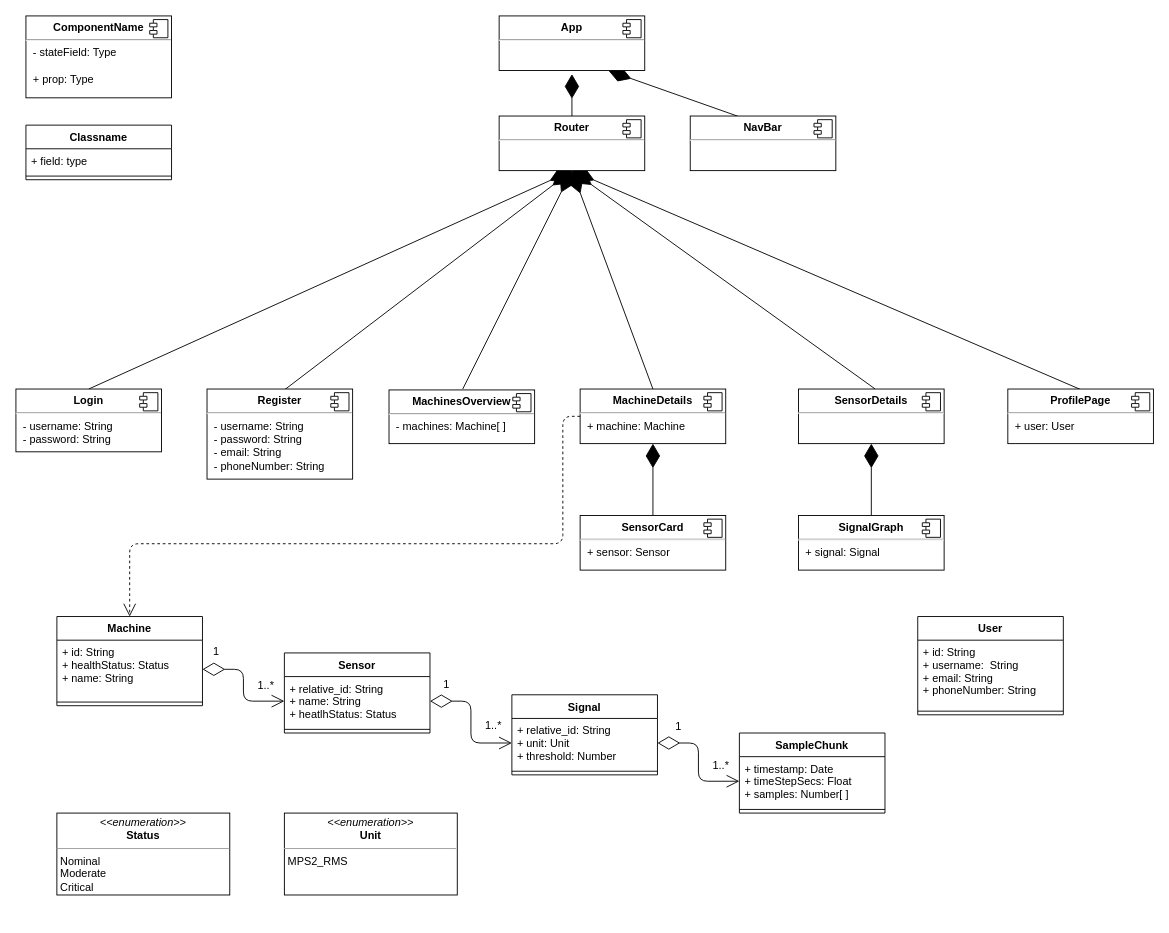
This is ConceptDiagrams/ClassDiagramFrontend.drawio from se761group2/industry-4, a draw.io file, before an edit. Source tidied: cells renumbered, new cells numbered last; positions are measured from the earlier drawing's top-left corner, leaving out a move shared by most shapes. Both pictures are drawn from the tidied source at 91%, with x=0, y=0 at pixel (15, 15).
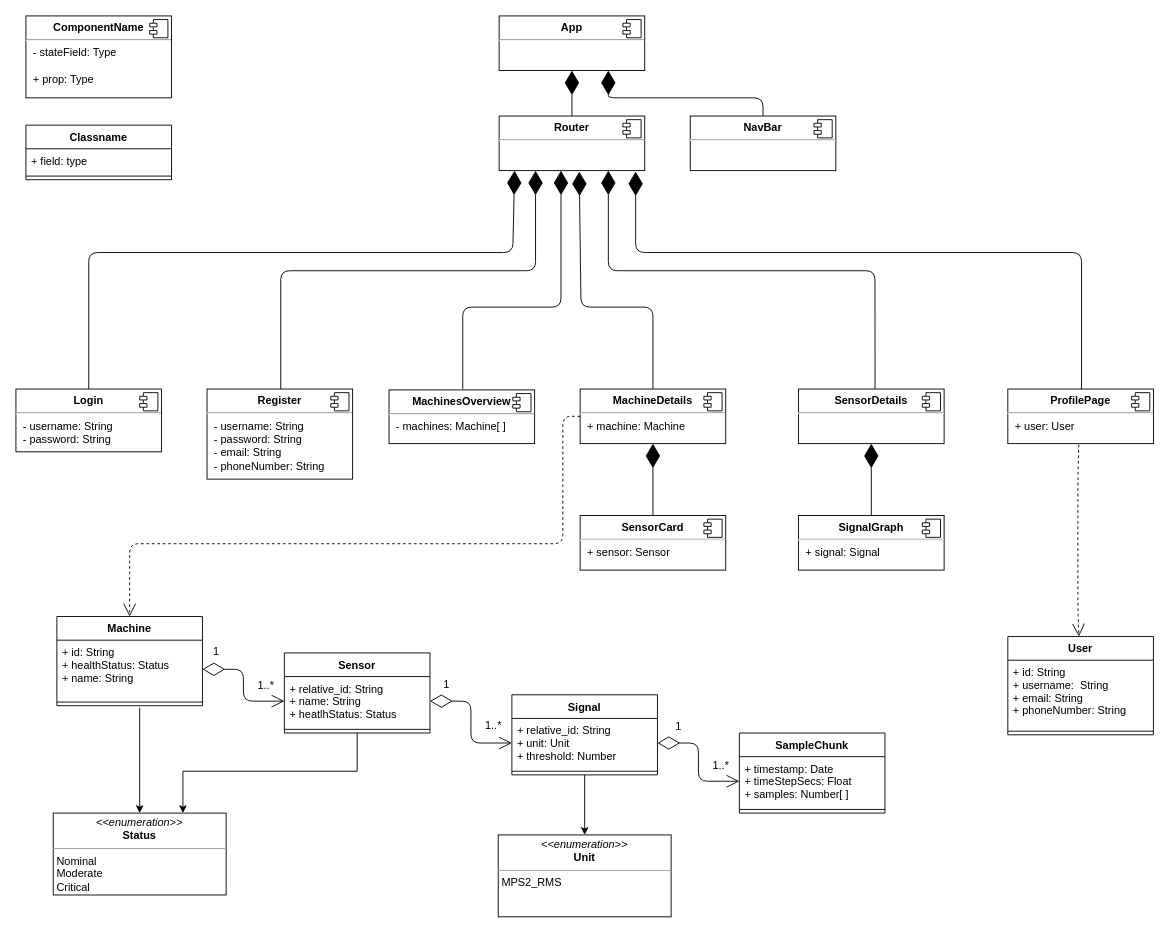
After the change.

Unchanged cells that the change refers to:
```xml
<mxCell id="12" value="&lt;p style=&quot;margin: 0px ; margin-top: 6px ; text-align: center&quot;&gt;&lt;b&gt;Login&lt;/b&gt;&lt;/p&gt;&lt;hr&gt;&lt;p style=&quot;margin: 0px ; margin-left: 8px&quot;&gt;- username: String&lt;/p&gt;&lt;p style=&quot;margin: 0px ; margin-left: 8px&quot;&gt;- password: String&lt;/p&gt;" style="align=left;overflow=fill;html=1;" parent="1" vertex="1">
  <mxGeometry y="410" width="160" height="69" as="geometry" />
</mxCell>
<mxCell id="22" value="&lt;p style=&quot;margin: 0px ; margin-top: 6px ; text-align: center&quot;&gt;&lt;b&gt;MachineDetails&lt;/b&gt;&lt;/p&gt;&lt;hr&gt;&lt;p style=&quot;margin: 0px ; margin-left: 8px&quot;&gt;+ machine: Machine&lt;/p&gt;" style="align=left;overflow=fill;html=1;" parent="1" vertex="1">
  <mxGeometry x="620" y="410" width="160" height="60" as="geometry" />
</mxCell>
<mxCell id="28" value="&lt;p style=&quot;margin: 0px ; margin-top: 6px ; text-align: center&quot;&gt;&lt;b&gt;Router&lt;/b&gt;&lt;/p&gt;&lt;hr&gt;&lt;p style=&quot;margin: 0px ; margin-left: 8px&quot;&gt;&lt;br&gt;&lt;/p&gt;" style="align=left;overflow=fill;html=1;" parent="1" vertex="1">
  <mxGeometry x="531" y="110" width="160" height="60" as="geometry" />
</mxCell>
<mxCell id="30" value="&lt;p style=&quot;margin: 0px ; margin-top: 6px ; text-align: center&quot;&gt;&lt;b&gt;App&lt;/b&gt;&lt;/p&gt;&lt;hr&gt;&lt;p style=&quot;margin: 0px ; margin-left: 8px&quot;&gt;&lt;br&gt;&lt;/p&gt;" style="align=left;overflow=fill;html=1;" parent="1" vertex="1">
  <mxGeometry x="531" width="160" height="60" as="geometry" />
</mxCell>
<mxCell id="47" value="Machine" style="swimlane;fontStyle=1;align=center;verticalAlign=top;horizontal=1;startSize=26;" parent="1" vertex="1">
  <mxGeometry x="45" y="660" width="160" height="98" as="geometry" />
</mxCell>
<mxCell id="50" value="Sensor" style="swimlane;fontStyle=1;align=center;verticalAlign=top;horizontal=1;startSize=26;" parent="1" vertex="1">
  <mxGeometry x="295" y="700" width="160" height="88" as="geometry" />
</mxCell>
<mxCell id="53" value="Signal" style="swimlane;fontStyle=1;align=center;verticalAlign=top;horizontal=1;startSize=26;" parent="1" vertex="1">
  <mxGeometry x="545" y="746" width="160" height="88" as="geometry" />
</mxCell>
```

What changed in the source:
```diff
@@
-    <mxCell id="2" style="endArrow=diamondThin;endFill=1;endSize=24;html=1;exitX=0.5;exitY=0;exitDx=0;exitDy=0;" parent="1" edge="1" source="28">
-      <mxGeometry relative="1" as="geometry">
-        <mxPoint x="611" y="64" as="targetPoint" />
-      </mxGeometry>
+    <mxCell id="2" style="endArrow=diamondThin;endFill=1;endSize=24;html=1;exitX=0.5;exitY=0;exitDx=0;exitDy=0;entryX=0.5;entryY=1;entryDx=0;entryDy=0;" parent="1" edge="1" source="28" target="30">
+      <mxGeometry relative="1" as="geometry" />
     </mxCell>
-    <mxCell id="3" style="endArrow=diamondThin;endFill=1;endSize=24;html=1;entryX=0.5;entryY=1;entryDx=0;entryDy=0;" parent="1" edge="1" target="28">
+    <mxCell id="3" style="endArrow=diamondThin;endFill=1;endSize=24;html=1;entryX=0.425;entryY=1;entryDx=0;entryDy=0;entryPerimeter=0;" parent="1" edge="1" target="28">
       <mxGeometry relative="1" as="geometry">
         <mxPoint x="491" y="410" as="sourcePoint" />
+        <Array as="points">
+          <mxPoint x="491" y="320" />
+          <mxPoint x="599" y="320" />
+        </Array>
       </mxGeometry>
     </mxCell>
-    <mxCell id="4" style="endArrow=diamondThin;endFill=1;endSize=24;html=1;exitX=0.5;exitY=0;exitDx=0;exitDy=0;entryX=0.5;entryY=1;entryDx=0;entryDy=0;" parent="1" edge="1" source="12" target="28">
-      <mxGeometry relative="1" as="geometry" />
+    <mxCell id="4" style="endArrow=diamondThin;endFill=1;endSize=24;html=1;exitX=0.5;exitY=0;exitDx=0;exitDy=0;entryX=0.106;entryY=1;entryDx=0;entryDy=0;entryPerimeter=0;" parent="1" edge="1" source="12" target="28">
+      <mxGeometry relative="1" as="geometry">
+        <Array as="points">
+          <mxPoint x="80" y="260" />
+          <mxPoint x="546" y="260" />
+        </Array>
+      </mxGeometry>
     </mxCell>
-    <mxCell id="5" style="endArrow=diamondThin;endFill=1;endSize=24;html=1;exitX=0.5;exitY=0;exitDx=0;exitDy=0;entryX=0.5;entryY=1;entryDx=0;entryDy=0;" parent="1" edge="1" target="28">
+    <mxCell id="5" style="endArrow=diamondThin;endFill=1;endSize=24;html=1;entryX=0.25;entryY=1;entryDx=0;entryDy=0;" parent="1" edge="1" target="28">
       <mxGeometry relative="1" as="geometry">
-        <mxPoint x="295" y="411" as="sourcePoint" />
+        <mxPoint x="291" y="411" as="sourcePoint" />
+        <Array as="points">
+          <mxPoint x="291" y="280" />
+          <mxPoint x="571" y="280" />
+        </Array>
       </mxGeometry>
     </mxCell>
-    <mxCell id="6" style="endArrow=diamondThin;endFill=1;endSize=24;html=1;exitX=0.5;exitY=0;exitDx=0;exitDy=0;entryX=0.5;entryY=1;entryDx=0;entryDy=0;" parent="1" edge="1" source="22" target="28">
-      <mxGeometry relative="1" as="geometry" />
+    <mxCell id="6" style="endArrow=diamondThin;endFill=1;endSize=24;html=1;exitX=0.5;exitY=0;exitDx=0;exitDy=0;entryX=0.55;entryY=1.017;entryDx=0;entryDy=0;entryPerimeter=0;" parent="1" edge="1" source="22" target="28">
+      <mxGeometry relative="1" as="geometry">
+        <Array as="points">
+          <mxPoint x="700" y="320" />
+          <mxPoint x="621" y="320" />
+        </Array>
+      </mxGeometry>
     </mxCell>
@@
-    <mxCell id="8" style="endArrow=diamondThin;endFill=1;endSize=24;html=1;exitX=0.457;exitY=-0.019;exitDx=0;exitDy=0;exitPerimeter=0;entryX=0.5;entryY=1;entryDx=0;entryDy=0;" parent="1" edge="1" target="28">
+    <mxCell id="8" style="endArrow=diamondThin;endFill=1;endSize=24;html=1;exitX=0.457;exitY=-0.019;exitDx=0;exitDy=0;exitPerimeter=0;entryX=0.75;entryY=1;entryDx=0;entryDy=0;" parent="1" edge="1" target="28">
       <mxGeometry relative="1" as="geometry">
         <mxPoint x="944.1" y="409.9" as="sourcePoint" />
+        <Array as="points">
+          <mxPoint x="944" y="280" />
+          <mxPoint x="651" y="280" />
+        </Array>
       </mxGeometry>
     </mxCell>
     <mxCell id="9" style="endArrow=diamondThin;endFill=1;endSize=24;html=1;exitX=0.5;exitY=0;exitDx=0;exitDy=0;entryX=0.75;entryY=1;entryDx=0;entryDy=0;" parent="1" edge="1" target="30">
       <mxGeometry relative="1" as="geometry">
         <mxPoint x="821" y="120" as="sourcePoint" />
+        <Array as="points">
+          <mxPoint x="821" y="90" />
+          <mxPoint x="651" y="90" />
+        </Array>
       </mxGeometry>
     </mxCell>
-    <mxCell id="10" style="endArrow=diamondThin;endFill=1;endSize=24;html=1;exitX=0.5;exitY=0;exitDx=0;exitDy=0;entryX=0.5;entryY=1;entryDx=0;entryDy=0;" parent="1" edge="1" target="28">
+    <mxCell id="10" style="endArrow=diamondThin;endFill=1;endSize=24;html=1;exitX=0.5;exitY=0;exitDx=0;exitDy=0;" parent="1" edge="1">
       <mxGeometry relative="1" as="geometry">
         <mxPoint x="1171" y="411" as="sourcePoint" />
+        <mxPoint x="681" y="171" as="targetPoint" />
+        <Array as="points">
+          <mxPoint x="1171" y="260" />
+          <mxPoint x="681" y="260" />
+        </Array>
       </mxGeometry>
     </mxCell>
@@
     <mxCell id="42" value="&lt;p style=&quot;margin: 0px ; margin-top: 4px ; text-align: center&quot;&gt;&lt;i&gt;&amp;lt;&amp;lt;enumeration&amp;gt;&amp;gt;&lt;/i&gt;&lt;br&gt;&lt;b&gt;Status&lt;/b&gt;&lt;/p&gt;&lt;hr size=&quot;1&quot;&gt;&lt;p style=&quot;margin: 0px ; margin-left: 4px&quot;&gt;Nominal&lt;/p&gt;&lt;p style=&quot;margin: 0px ; margin-left: 4px&quot;&gt;Moderate&lt;/p&gt;&lt;p style=&quot;margin: 0px ; margin-left: 4px&quot;&gt;Critical&lt;/p&gt;&lt;p style=&quot;margin: 0px ; margin-left: 4px&quot;&gt;&lt;br&gt;&lt;/p&gt;" style="verticalAlign=top;align=left;overflow=fill;fontSize=12;fontFamily=Helvetica;html=1;" parent="1" vertex="1">
-      <mxGeometry x="45" y="876" width="190" height="90" as="geometry" />
+      <mxGeometry x="41" y="876" width="190" height="90" as="geometry" />
     </mxCell>
     <mxCell id="43" value="&lt;p style=&quot;margin: 0px ; margin-top: 4px ; text-align: center&quot;&gt;&lt;i&gt;&amp;lt;&amp;lt;enumeration&amp;gt;&amp;gt;&lt;/i&gt;&lt;br&gt;&lt;b&gt;Unit&lt;/b&gt;&lt;/p&gt;&lt;hr size=&quot;1&quot;&gt;&lt;p style=&quot;margin: 0px ; margin-left: 4px&quot;&gt;MPS2_RMS&lt;/p&gt;" style="verticalAlign=top;align=left;overflow=fill;fontSize=12;fontFamily=Helvetica;html=1;" parent="1" vertex="1">
-      <mxGeometry x="295" y="876" width="190" height="90" as="geometry" />
+      <mxGeometry x="530" y="900" width="190" height="90" as="geometry" />
     </mxCell>
@@
+    <mxCell id="63" style="endArrow=classic;html=1;entryX=0.5;entryY=0;entryDx=0;entryDy=0;" parent="47" edge="1" target="42">
+      <mxGeometry relative="1" as="geometry">
+        <mxPoint x="91" y="100" as="sourcePoint" />
+      </mxGeometry>
+    </mxCell>
@@
+    <mxCell id="64" style="edgeStyle=orthogonalEdgeStyle;rounded=0;jettySize=auto;html=1;entryX=0.75;entryY=0;entryDx=0;entryDy=0;" parent="1" edge="1" source="50" target="42">
+      <mxGeometry relative="1" as="geometry">
+        <Array as="points">
+          <mxPoint x="375" y="830" />
+          <mxPoint x="184" y="830" />
+        </Array>
+      </mxGeometry>
+    </mxCell>
@@
+    <mxCell id="65" style="edgeStyle=orthogonalEdgeStyle;rounded=0;jettySize=auto;html=1;entryX=0.5;entryY=0;entryDx=0;entryDy=0;" parent="1" edge="1" source="53" target="43">
+      <mxGeometry relative="1" as="geometry" />
+    </mxCell>
@@
+    <mxCell id="62" style="endArrow=open;endSize=12;dashed=1;html=1;fontSize=12;entryX=0.5;entryY=0;entryDx=0;entryDy=0;exitX=0;exitY=0.5;exitDx=0;exitDy=0;" parent="1" edge="1" source="22" target="47">
+      <mxGeometry relative="1" as="geometry">
+        <Array as="points">
+          <mxPoint x="601" y="440" />
+          <mxPoint x="601" y="580" />
+          <mxPoint x="125" y="580" />
+        </Array>
+      </mxGeometry>
+    </mxCell>
     <mxCell id="59" value="User" style="swimlane;fontStyle=1;align=center;verticalAlign=top;horizontal=1;startSize=26;" parent="1" vertex="1">
-      <mxGeometry x="991" y="660" width="160" height="108" as="geometry" />
+      <mxGeometry x="1090" y="682" width="160" height="108" as="geometry" />
     </mxCell>
@@
-    <mxCell id="62" style="endArrow=open;endSize=12;dashed=1;html=1;fontSize=12;entryX=0.5;entryY=0;entryDx=0;entryDy=0;exitX=0;exitY=0.5;exitDx=0;exitDy=0;" parent="1" edge="1" source="22" target="47">
-      <mxGeometry relative="1" as="geometry">
-        <Array as="points">
-          <mxPoint x="601" y="440" />
-          <mxPoint x="601" y="580" />
-          <mxPoint x="125" y="580" />
-        </Array>
-      </mxGeometry>
-    </mxCell>
+    <mxCell id="66" style="endArrow=open;endSize=12;dashed=1;html=1;fontSize=12;" parent="1" edge="1" target="59">
+      <mxGeometry relative="1" as="geometry">
+        <mxPoint x="1168" y="471" as="sourcePoint" />
+        <Array as="points">
+          <mxPoint x="1167" y="509" />
+          <mxPoint x="1167" y="649" />
+        </Array>
+      </mxGeometry>
+    </mxCell>
```
